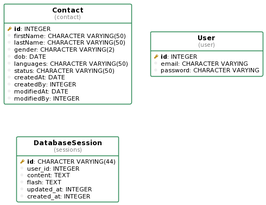
The PlantUML diagram docs/database-uml.png in Mwimwii/esapp-bb, before a commit.
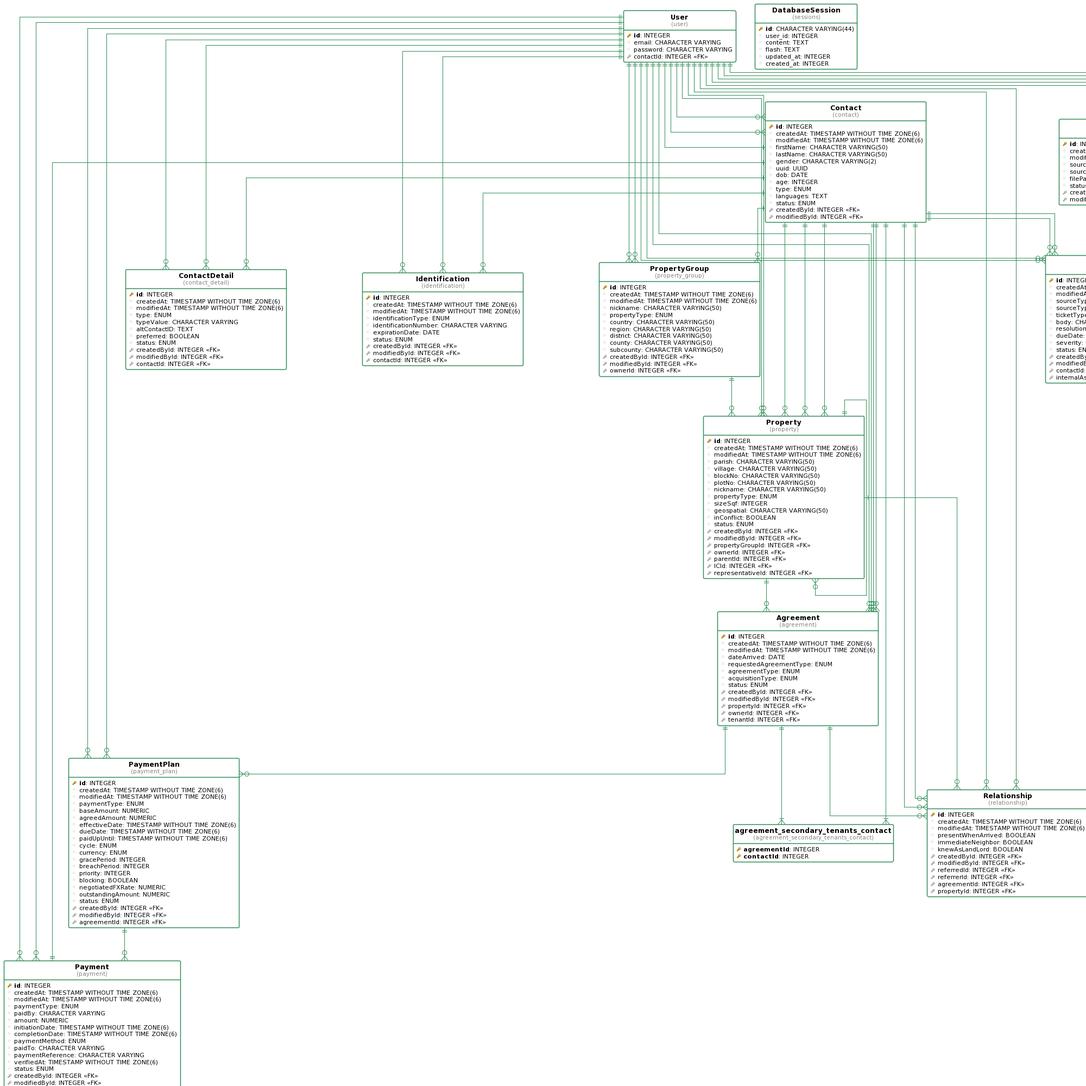
Above is the later version.

Commit message:
[fix-uml-generation] fix uml creation and add github action

Change to the diagram source:
```diff
@@ -23,24 +23,11 @@
 }
 
 
-table( Contact, contact ) as contact {
-  pkey( id ): INTEGER
-  column( firstName ): CHARACTER VARYING(50)
-  column( lastName ): CHARACTER VARYING(50)
-  column( gender ): CHARACTER VARYING(2)
-  column( dob ): DATE
-  column( languages ): CHARACTER VARYING(50)
-  column( status ): CHARACTER VARYING(50)
-  column( createdAt ): DATE
-  column( createdBy ): INTEGER
-  column( modifiedAt ): DATE
-  column( modifiedBy ): INTEGER
-}
-
 table( User, user ) as user {
   pkey( id ): INTEGER
   column( email ): CHARACTER VARYING
   column( password ): CHARACTER VARYING
+  fkey( contactId ): INTEGER <<FK>>
 }
 
 table( DatabaseSession, sessions ) as sessions {
@@ -51,4 +38,262 @@
   column( updated_at ): INTEGER
   column( created_at ): INTEGER
 }
+
+table( ContactDetail, contact_detail ) as contact_detail {
+  pkey( id ): INTEGER
+  column( createdAt ): TIMESTAMP WITHOUT TIME ZONE(6)
+  column( modifiedAt ): TIMESTAMP WITHOUT TIME ZONE(6)
+  column( type ): ENUM
+  column( typeValue ): CHARACTER VARYING
+  column( altContactID ): TEXT
+  column( preferred ): BOOLEAN
+  column( status ): ENUM
+  fkey( createdById ): INTEGER <<FK>>
+  fkey( modifiedById ): INTEGER <<FK>>
+  fkey( contactId ): INTEGER <<FK>>
+}
+
+table( Identification, identification ) as identification {
+  pkey( id ): INTEGER
+  column( createdAt ): TIMESTAMP WITHOUT TIME ZONE(6)
+  column( modifiedAt ): TIMESTAMP WITHOUT TIME ZONE(6)
+  column( identificationType ): ENUM
+  column( identificationNumber ): CHARACTER VARYING
+  column( expirationDate ): DATE
+  column( status ): ENUM
+  fkey( createdById ): INTEGER <<FK>>
+  fkey( modifiedById ): INTEGER <<FK>>
+  fkey( contactId ): INTEGER <<FK>>
+}
+
+table( Contact, contact ) as contact {
+  pkey( id ): INTEGER
+  column( createdAt ): TIMESTAMP WITHOUT TIME ZONE(6)
+  column( modifiedAt ): TIMESTAMP WITHOUT TIME ZONE(6)
+  column( firstName ): CHARACTER VARYING(50)
+  column( lastName ): CHARACTER VARYING(50)
+  column( gender ): CHARACTER VARYING(2)
+  column( uuid ): UUID
+  column( dob ): DATE
+  column( age ): INTEGER
+  column( type ): ENUM
+  column( languages ): TEXT
+  column( status ): ENUM
+  fkey( createdById ): INTEGER <<FK>>
+  fkey( modifiedById ): INTEGER <<FK>>
+}
+
+table( PropertyGroup, property_group ) as property_group {
+  pkey( id ): INTEGER
+  column( createdAt ): TIMESTAMP WITHOUT TIME ZONE(6)
+  column( modifiedAt ): TIMESTAMP WITHOUT TIME ZONE(6)
+  column( nickname ): CHARACTER VARYING(50)
+  column( propertyType ): ENUM
+  column( country ): CHARACTER VARYING(50)
+  column( region ): CHARACTER VARYING(50)
+  column( district ): CHARACTER VARYING(50)
+  column( county ): CHARACTER VARYING(50)
+  column( subcounty ): CHARACTER VARYING(50)
+  fkey( createdById ): INTEGER <<FK>>
+  fkey( modifiedById ): INTEGER <<FK>>
+  fkey( ownerId ): INTEGER <<FK>>
+}
+
+table( Property, property ) as property {
+  pkey( id ): INTEGER
+  column( createdAt ): TIMESTAMP WITHOUT TIME ZONE(6)
+  column( modifiedAt ): TIMESTAMP WITHOUT TIME ZONE(6)
+  column( parish ): CHARACTER VARYING(50)
+  column( village ): CHARACTER VARYING(50)
+  column( blockNo ): CHARACTER VARYING(50)
+  column( plotNo ): CHARACTER VARYING(50)
+  column( nickname ): CHARACTER VARYING(50)
+  column( propertyType ): ENUM
+  column( sizeSqf ): INTEGER
+  column( geospatial ): CHARACTER VARYING(50)
+  column( inConflict ): BOOLEAN
+  column( status ): ENUM
+  fkey( createdById ): INTEGER <<FK>>
+  fkey( modifiedById ): INTEGER <<FK>>
+  fkey( propertyGroupId ): INTEGER <<FK>>
+  fkey( ownerId ): INTEGER <<FK>>
+  fkey( parentId ): INTEGER <<FK>>
+  fkey( lCId ): INTEGER <<FK>>
+  fkey( representativeId ): INTEGER <<FK>>
+}
+
+table( Agreement, agreement ) as agreement {
+  pkey( id ): INTEGER
+  column( createdAt ): TIMESTAMP WITHOUT TIME ZONE(6)
+  column( modifiedAt ): TIMESTAMP WITHOUT TIME ZONE(6)
+  column( dateArrived ): DATE
+  column( requestedAgreementType ): ENUM
+  column( agreementType ): ENUM
+  column( acquisitionType ): ENUM
+  column( status ): ENUM
+  fkey( createdById ): INTEGER <<FK>>
+  fkey( modifiedById ): INTEGER <<FK>>
+  fkey( propertyId ): INTEGER <<FK>>
+  fkey( ownerId ): INTEGER <<FK>>
+  fkey( tenantId ): INTEGER <<FK>>
+}
+
+table( Attachment, attachment ) as attachment {
+  pkey( id ): INTEGER
+  column( createdAt ): TIMESTAMP WITHOUT TIME ZONE(6)
+  column( modifiedAt ): TIMESTAMP WITHOUT TIME ZONE(6)
+  column( sourceTypeId ): INTEGER
+  column( sourceType ): CHARACTER VARYING
+  column( filePath ): CHARACTER VARYING
+  column( status ): ENUM
+  fkey( createdById ): INTEGER <<FK>>
+  fkey( modifiedById ): INTEGER <<FK>>
+}
+
+table( PaymentPlan, payment_plan ) as payment_plan {
+  pkey( id ): INTEGER
+  column( createdAt ): TIMESTAMP WITHOUT TIME ZONE(6)
+  column( modifiedAt ): TIMESTAMP WITHOUT TIME ZONE(6)
+  column( paymentType ): ENUM
+  column( baseAmount ): NUMERIC
+  column( agreedAmount ): NUMERIC
+  column( effectiveDate ): TIMESTAMP WITHOUT TIME ZONE(6)
+  column( dueDate ): TIMESTAMP WITHOUT TIME ZONE(6)
+  column( paidUpUntil ): TIMESTAMP WITHOUT TIME ZONE(6)
+  column( cycle ): ENUM
+  column( currency ): ENUM
+  column( gracePeriod ): INTEGER
+  column( breachPeriod ): INTEGER
+  column( priority ): INTEGER
+  column( blocking ): BOOLEAN
+  column( negotiatedFXRate ): NUMERIC
+  column( outstandingAmount ): NUMERIC
+  column( status ): ENUM
+  fkey( createdById ): INTEGER <<FK>>
+  fkey( modifiedById ): INTEGER <<FK>>
+  fkey( agreementId ): INTEGER <<FK>>
+}
+
+table( Payment, payment ) as payment {
+  pkey( id ): INTEGER
+  column( createdAt ): TIMESTAMP WITHOUT TIME ZONE(6)
+  column( modifiedAt ): TIMESTAMP WITHOUT TIME ZONE(6)
+  column( paymentType ): ENUM
+  column( paidBy ): CHARACTER VARYING
+  column( amount ): NUMERIC
+  column( initiationDate ): TIMESTAMP WITHOUT TIME ZONE(6)
+  column( completionDate ): TIMESTAMP WITHOUT TIME ZONE(6)
+  column( paymentMethod ): ENUM
+  column( paidTo ): CHARACTER VARYING
+  column( paymentReference ): CHARACTER VARYING
+  column( verifiedAt ): TIMESTAMP WITHOUT TIME ZONE(6)
+  column( status ): ENUM
+  fkey( createdById ): INTEGER <<FK>>
+  fkey( modifiedById ): INTEGER <<FK>>
+  fkey( paymentPlanId ): INTEGER <<FK>>
+  fkey( contactId ): INTEGER <<FK>>
+  pkey( verifiedById ): INTEGER
+  column( verifiedByEmail ): CHARACTER VARYING
+  column( verifiedByPassword ): CHARACTER VARYING
+}
+
+table( Relationship, relationship ) as relationship {
+  pkey( id ): INTEGER
+  column( createdAt ): TIMESTAMP WITHOUT TIME ZONE(6)
+  column( modifiedAt ): TIMESTAMP WITHOUT TIME ZONE(6)
+  column( presentWhenArrived ): BOOLEAN
+  column( immediateNeighbor ): BOOLEAN
+  column( knewAsLandLord ): BOOLEAN
+  fkey( createdById ): INTEGER <<FK>>
+  fkey( modifiedById ): INTEGER <<FK>>
+  fkey( referredId ): INTEGER <<FK>>
+  fkey( referrerId ): INTEGER <<FK>>
+  fkey( agreementId ): INTEGER <<FK>>
+  fkey( propertyId ): INTEGER <<FK>>
+}
+
+table( Ticket, ticket ) as ticket {
+  pkey( id ): INTEGER
+  column( createdAt ): TIMESTAMP WITHOUT TIME ZONE(6)
+  column( modifiedAt ): TIMESTAMP WITHOUT TIME ZONE(6)
+  column( sourceType ): ENUM
+  column( sourceTypeId ): INTEGER
+  column( ticketType ): ENUM
+  column( body ): CHARACTER VARYING
+  column( resolution ): CHARACTER VARYING
+  column( dueDate ): DATE
+  column( severity ): ENUM
+  column( status ): ENUM
+  fkey( createdById ): INTEGER <<FK>>
+  fkey( modifiedById ): INTEGER <<FK>>
+  fkey( contactId ): INTEGER <<FK>>
+  fkey( internalAssigneeId ): INTEGER <<FK>>
+}
+
+table( MagicCode, magic_code ) as magic_code {
+  pkey( id ): INTEGER
+  column( createdAt ): TIMESTAMP WITHOUT TIME ZONE(6)
+  column( modifiedAt ): TIMESTAMP WITHOUT TIME ZONE(6)
+  column( token ): CHARACTER VARYING(255)
+  column( expiresAt ): DATE
+  column( usedAt ): DATE
+  column( firstLogin ): BOOLEAN
+  fkey( createdById ): INTEGER <<FK>>
+  fkey( modifiedById ): INTEGER <<FK>>
+  fkey( userId ): INTEGER <<FK>>
+}
+
+table( agreement_secondary_tenants_contact, agreement_secondary_tenants_contact ) as agreement_secondary_tenants_contact {
+  pkey( agreementId ): INTEGER
+  pkey( contactId ): INTEGER
+}
+
+"contact" ||--|| "user"
+"user" ||--o{ "contact_detail"
+"user" ||--o{ "contact_detail"
+"contact" ||--o{ "contact_detail"
+"user" ||--o{ "identification"
+"user" ||--o{ "identification"
+"contact" ||--o{ "identification"
+"user" ||--o{ "contact"
+"user" ||--o{ "contact"
+"user" ||--o{ "property_group"
+"user" ||--o{ "property_group"
+"contact" ||--o{ "property_group"
+"user" ||--o{ "property"
+"user" ||--o{ "property"
+"property_group" ||--o{ "property"
+"contact" ||--o{ "property"
+"property" ||--o{ "property"
+"contact" ||--o{ "property"
+"contact" ||--o{ "property"
+"user" ||--o{ "agreement"
+"user" ||--o{ "agreement"
+"property" ||--o{ "agreement"
+"contact" ||--o{ "agreement"
+"contact" ||--o{ "agreement"
+"user" ||--o{ "attachment"
+"user" ||--o{ "attachment"
+"user" ||--o{ "payment_plan"
+"user" ||--o{ "payment_plan"
+"agreement" ||--o{ "payment_plan"
+"user" ||--o{ "payment"
+"user" ||--o{ "payment"
+"payment_plan" ||--o{ "payment"
+"contact" ||--|| "payment"
+"user" ||--o{ "relationship"
+"user" ||--o{ "relationship"
+"contact" ||--o{ "relationship"
+"contact" ||--o{ "relationship"
+"agreement" ||--o{ "relationship"
+"property" ||--o{ "relationship"
+"user" ||--o{ "ticket"
+"user" ||--o{ "ticket"
+"contact" ||--o{ "ticket"
+"contact" ||--o{ "ticket"
+"user" ||--o{ "magic_code"
+"user" ||--o{ "magic_code"
+"user" ||--o{ "magic_code"
+"agreement" ||--|{ "agreement_secondary_tenants_contact"
+"contact" ||--|{ "agreement_secondary_tenants_contact"
 @enduml
```
